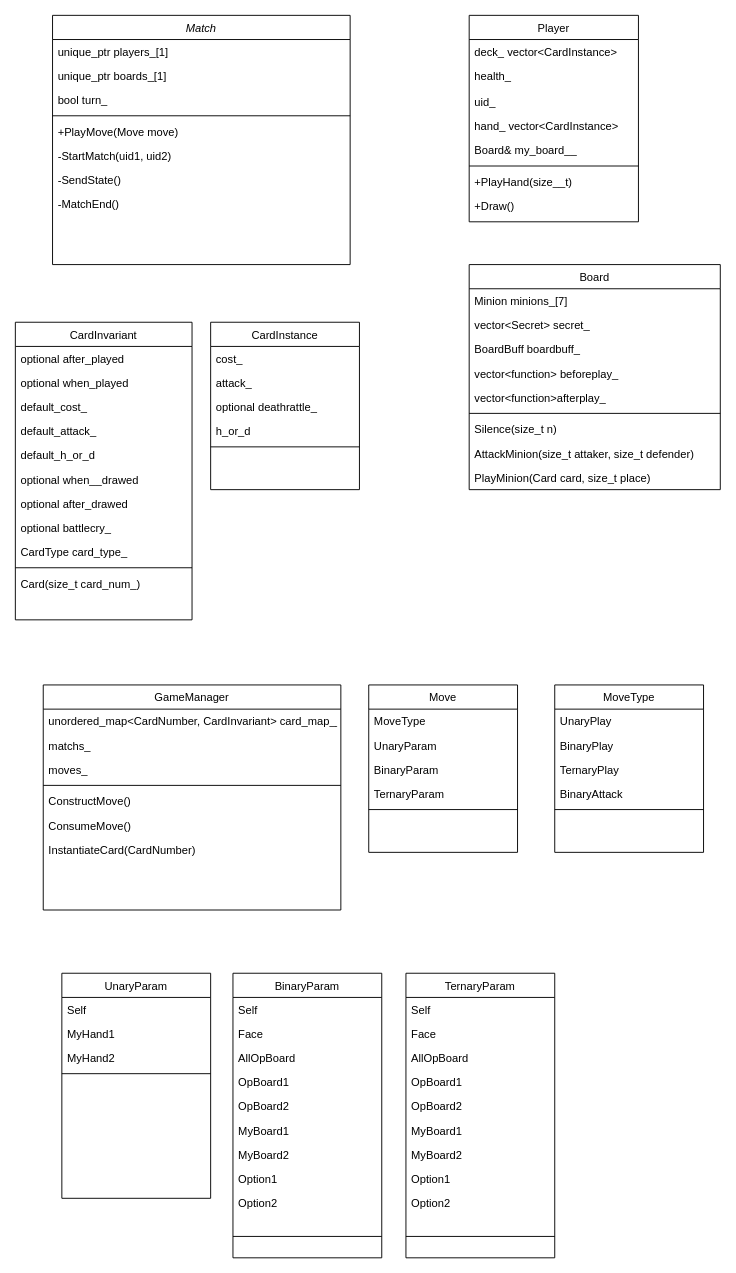
Earlier version of the draw.io diagram overview.drawio (gsgyuhwan/hs_game_server_toyproject). Source tidied: cells renumbered, new cells numbered last; positions are measured from the earlier drawing's top-left corner, leaving out a move shared by most shapes. Both pictures are drawn from the tidied source at 93%, with x=0, y=0 at pixel (15, 15).
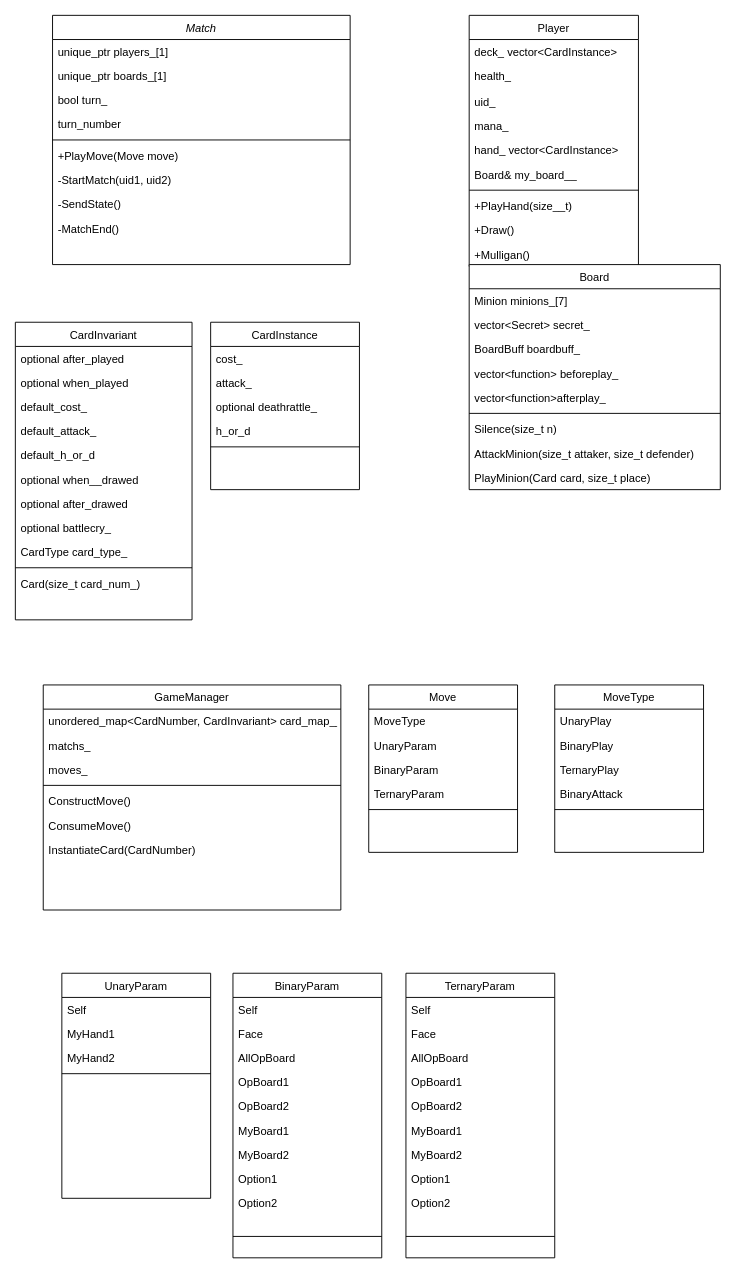
The same page after the edit.

Unchanged cells that the change refers to:
```xml
<mxCell id="2" value="Match" style="swimlane;fontStyle=2;align=center;verticalAlign=top;horizontal=1;startSize=26;rounded=0;shadow=0;strokeWidth=1;" parent="1" vertex="1">
  <mxGeometry x="40" width="320" height="268" as="geometry" />
</mxCell>
```

Diff of the diagram source:
```diff
@@
+    <mxCell id="95" value="turn_number" style="text;align=left;verticalAlign=top;spacingLeft=4;spacingRight=4;overflow=hidden;rounded=0;shadow=0;html=0;" parent="2" vertex="1">
+      <mxGeometry y="104" width="320" height="26" as="geometry" />
+    </mxCell>
     <mxCell id="6" style="line;html=1;strokeWidth=1;align=left;verticalAlign=middle;spacingTop=-1;spacingLeft=3;spacingRight=3;labelPosition=right;" parent="2" vertex="1">
-      <mxGeometry y="104" width="320" height="8" as="geometry" />
+      <mxGeometry y="130" width="320" height="8" as="geometry" />
     </mxCell>
     <mxCell id="7" value="+PlayMove(Move move)" style="text;align=left;verticalAlign=top;spacingLeft=4;spacingRight=4;overflow=hidden;rounded=0;shadow=0;html=0;" parent="2" vertex="1">
-      <mxGeometry y="112" width="320" height="26" as="geometry" />
+      <mxGeometry y="138" width="320" height="26" as="geometry" />
     </mxCell>
     <mxCell id="8" value="-StartMatch(uid1, uid2)" style="text;align=left;verticalAlign=top;spacingLeft=4;spacingRight=4;overflow=hidden;rounded=0;shadow=0;html=0;" parent="2" vertex="1">
-      <mxGeometry y="138" width="320" height="26" as="geometry" />
+      <mxGeometry y="164" width="320" height="26" as="geometry" />
     </mxCell>
     <mxCell id="9" value="-SendState()" style="text;align=left;verticalAlign=top;spacingLeft=4;spacingRight=4;overflow=hidden;rounded=0;shadow=0;html=0;" parent="2" vertex="1">
-      <mxGeometry y="164" width="320" height="26" as="geometry" />
+      <mxGeometry y="190" width="320" height="26" as="geometry" />
     </mxCell>
     <mxCell id="10" value="-MatchEnd()" style="text;align=left;verticalAlign=top;spacingLeft=4;spacingRight=4;overflow=hidden;rounded=0;shadow=0;html=0;" parent="2" vertex="1">
-      <mxGeometry y="190" width="320" height="26" as="geometry" />
+      <mxGeometry y="216" width="320" height="26" as="geometry" />
     </mxCell>
     <mxCell id="11" value="Player" style="swimlane;fontStyle=0;align=center;verticalAlign=top;horizontal=1;startSize=26;rounded=0;shadow=0;strokeWidth=1;" parent="1" vertex="1">
-      <mxGeometry x="488" width="182" height="222" as="geometry" />
+      <mxGeometry x="488" width="182" height="270" as="geometry" />
     </mxCell>
@@
+    <mxCell id="96" value="mana_" style="text;align=left;verticalAlign=top;spacingLeft=4;spacingRight=4;overflow=hidden;rounded=0;shadow=0;html=0;" parent="11" vertex="1">
+      <mxGeometry y="106" width="182" height="26" as="geometry" />
+    </mxCell>
     <mxCell id="15" value="hand_ vector&lt;CardInstance&gt;" style="text;align=left;verticalAlign=top;spacingLeft=4;spacingRight=4;overflow=hidden;rounded=0;shadow=0;html=0;" parent="11" vertex="1">
-      <mxGeometry y="106" width="182" height="26" as="geometry" />
+      <mxGeometry y="132" width="182" height="26" as="geometry" />
     </mxCell>
     <mxCell id="16" value="Board&amp; my_board__" style="text;align=left;verticalAlign=top;spacingLeft=4;spacingRight=4;overflow=hidden;rounded=0;shadow=0;html=0;" parent="11" vertex="1">
-      <mxGeometry y="132" width="182" height="26" as="geometry" />
+      <mxGeometry y="158" width="182" height="26" as="geometry" />
     </mxCell>
     <mxCell id="17" style="line;html=1;strokeWidth=1;align=left;verticalAlign=middle;spacingTop=-1;spacingLeft=3;spacingRight=3;labelPosition=right;" parent="11" vertex="1">
-      <mxGeometry y="158" width="182" height="8" as="geometry" />
+      <mxGeometry y="184" width="182" height="8" as="geometry" />
     </mxCell>
     <mxCell id="18" value="+PlayHand(size__t)" style="text;align=left;verticalAlign=top;spacingLeft=4;spacingRight=4;overflow=hidden;rounded=0;shadow=0;html=0;" parent="11" vertex="1">
-      <mxGeometry y="166" width="182" height="26" as="geometry" />
+      <mxGeometry y="192" width="182" height="26" as="geometry" />
     </mxCell>
     <mxCell id="19" value="+Draw()" style="text;align=left;verticalAlign=top;spacingLeft=4;spacingRight=4;overflow=hidden;rounded=0;shadow=0;html=0;" parent="11" vertex="1">
-      <mxGeometry y="192" width="182" height="26" as="geometry" />
+      <mxGeometry y="218" width="182" height="26" as="geometry" />
     </mxCell>
+    <mxCell id="97" value="+Mulligan()" style="text;align=left;verticalAlign=top;spacingLeft=4;spacingRight=4;overflow=hidden;rounded=0;shadow=0;html=0;" parent="11" vertex="1">
+      <mxGeometry y="244" width="182" height="26" as="geometry" />
+    </mxCell>
```
